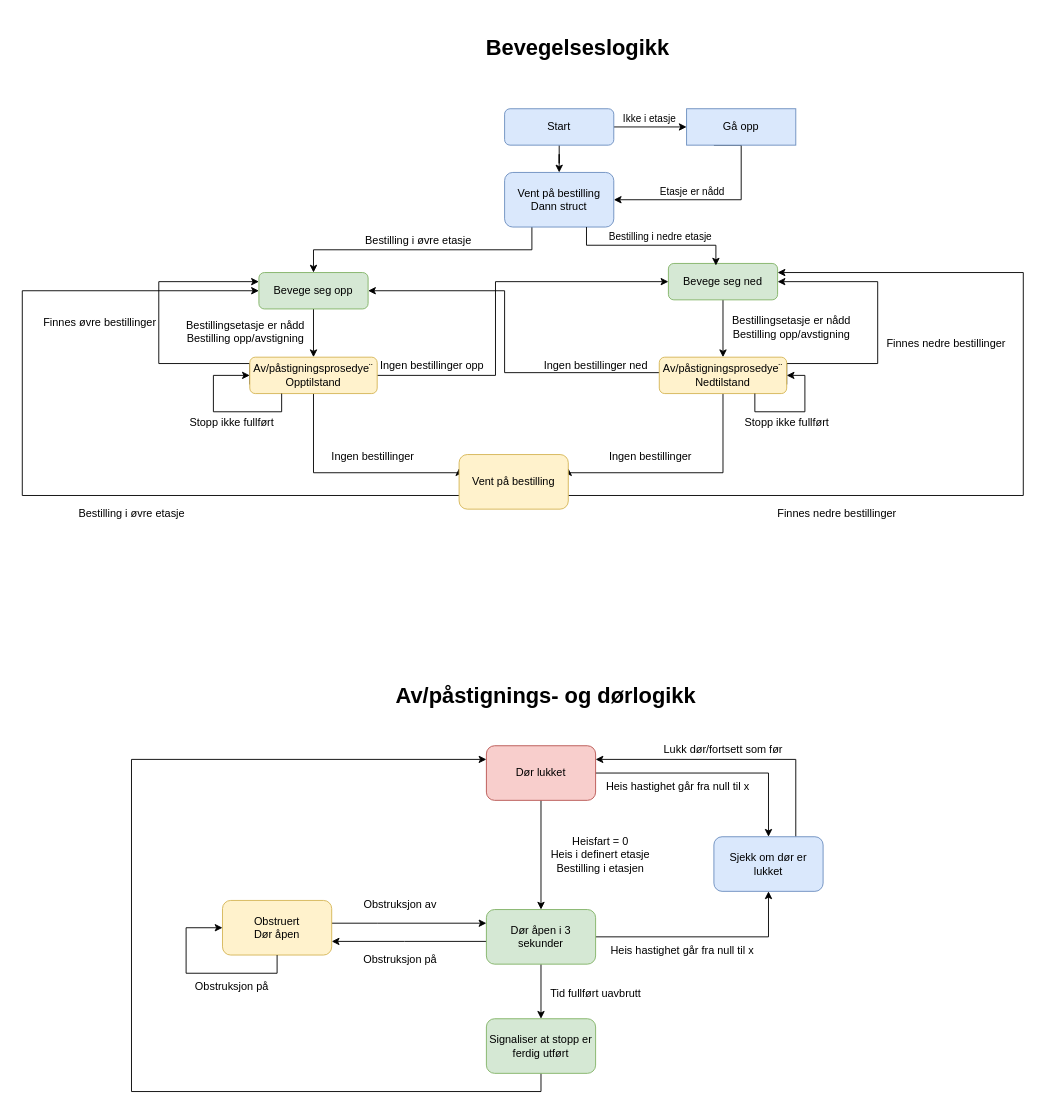
Earlier version of the draw.io diagram Test.drawio (MathiasSagerup/TilpDat). Source tidied: cells renumbered, new cells numbered last; positions are measured from the earlier drawing's top-left corner, leaving out a move shared by most shapes. Both pictures are drawn from the tidied source at 91%, with x=0, y=0 at pixel (22, 15).
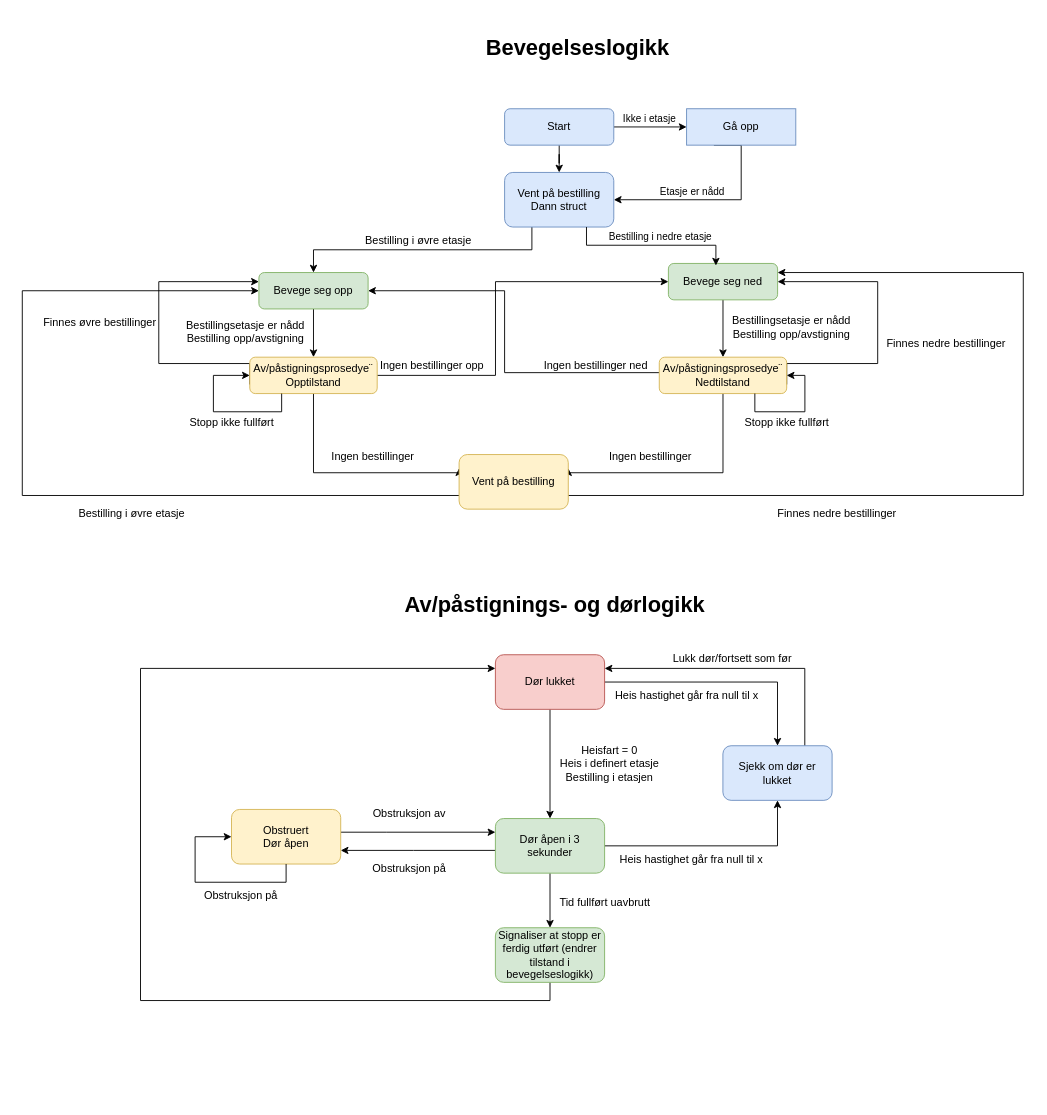
The same page after the edit.

Change to the diagram source:
```diff
@@
     <mxCell id="40" value="&lt;h1&gt;Av/påstignings- og dørlogikk&lt;/h1&gt;" style="text;html=1;align=center;verticalAlign=middle;strokeColor=none;fillColor=none;" parent="1" vertex="1">
-      <mxGeometry x="400" y="712" width="350" height="70" as="geometry" />
+      <mxGeometry x="409.9" y="612" width="350" height="70" as="geometry" />
     </mxCell>
@@
     <mxCell id="43" value="Dør lukket" style="rounded=1;whiteSpace=wrap;html=1;fillColor=#f8cecc;strokeColor=#b85450;" parent="1" vertex="1">
-      <mxGeometry x="510" y="802" width="120" height="60" as="geometry" />
+      <mxGeometry x="519.9" y="702" width="120" height="60" as="geometry" />
     </mxCell>
@@
     <mxCell id="45" style="edgeStyle=orthogonalEdgeStyle;rounded=0;jettySize=auto;html=1;entryX=1;entryY=0.75;entryDx=0;entryDy=0;" parent="1" edge="1" source="47" target="55">
       <mxGeometry relative="1" as="geometry">
         <Array as="points">
-          <mxPoint x="420" y="1017" />
-          <mxPoint x="420" y="1017" />
+          <mxPoint x="429.9" y="917" />
+          <mxPoint x="429.9" y="917" />
         </Array>
       </mxGeometry>
     </mxCell>
@@
     <mxCell id="47" value="Dør åpen i 3 sekunder" style="rounded=1;whiteSpace=wrap;html=1;fillColor=#d5e8d4;strokeColor=#82b366;" parent="1" vertex="1">
-      <mxGeometry x="510" y="982" width="120" height="60" as="geometry" />
+      <mxGeometry x="519.9" y="882" width="120" height="60" as="geometry" />
     </mxCell>
     <mxCell id="48" value="Heisfart = 0&lt;div&gt;Heis i definert etasje&lt;/div&gt;&lt;div&gt;Bestilling i etasjen&lt;/div&gt;" style="text;html=1;align=center;verticalAlign=middle;strokeColor=none;fillColor=none;" parent="1" vertex="1">
-      <mxGeometry x="570" y="892" width="130" height="60" as="geometry" />
+      <mxGeometry x="579.9" y="792" width="130" height="60" as="geometry" />
     </mxCell>
@@
     <mxCell id="50" value="Sjekk om dør er lukket" style="rounded=1;whiteSpace=wrap;html=1;fillColor=#dae8fc;strokeColor=#6c8ebf;" parent="1" vertex="1">
-      <mxGeometry x="760" y="902" width="120" height="60" as="geometry" />
+      <mxGeometry x="769.9" y="802" width="120" height="60" as="geometry" />
     </mxCell>
     <mxCell id="51" value="Heis hastighet går fra null til x" style="text;html=1;align=center;verticalAlign=middle;strokeColor=none;fillColor=none;" parent="1" vertex="1">
-      <mxGeometry x="635" y="1012" width="180" height="30" as="geometry" />
+      <mxGeometry x="644.9" y="912" width="180" height="30" as="geometry" />
     </mxCell>
     <mxCell id="52" value="Heis hastighet går fra null til x" style="text;html=1;align=center;verticalAlign=middle;strokeColor=none;fillColor=none;" parent="1" vertex="1">
-      <mxGeometry x="630" y="832" width="180" height="30" as="geometry" />
+      <mxGeometry x="639.9" y="732" width="180" height="30" as="geometry" />
     </mxCell>
     <mxCell id="53" value="Lukk dør/fortsett som før" style="text;html=1;align=center;verticalAlign=middle;strokeColor=none;fillColor=none;" parent="1" vertex="1">
-      <mxGeometry x="695" y="792" width="150" height="30" as="geometry" />
+      <mxGeometry x="704.9" y="692" width="150" height="30" as="geometry" />
     </mxCell>
     <mxCell id="54" style="edgeStyle=orthogonalEdgeStyle;rounded=0;jettySize=auto;html=1;entryX=0;entryY=0.25;entryDx=0;entryDy=0;" parent="1" edge="1" source="55" target="47">
       <mxGeometry relative="1" as="geometry">
         <Array as="points">
-          <mxPoint x="390" y="997" />
-          <mxPoint x="390" y="997" />
+          <mxPoint x="399.9" y="897" />
+          <mxPoint x="399.9" y="897" />
         </Array>
       </mxGeometry>
     </mxCell>
     <mxCell id="55" value="Obstruert&lt;div&gt;Dør åpen&lt;/div&gt;" style="rounded=1;whiteSpace=wrap;html=1;fillColor=#fff2cc;strokeColor=#d6b656;" parent="1" vertex="1">
-      <mxGeometry x="220" y="972" width="120" height="60" as="geometry" />
+      <mxGeometry x="229.9" y="872" width="120" height="60" as="geometry" />
     </mxCell>
     <mxCell id="56" style="edgeStyle=orthogonalEdgeStyle;rounded=0;orthogonalLoop=1;jettySize=auto;html=1;entryX=0;entryY=0.5;entryDx=0;entryDy=0;exitX=0.5;exitY=1;exitDx=0;exitDy=0;" parent="1" edge="1" source="55" target="55">
       <mxGeometry relative="1" as="geometry">
         <Array as="points">
-          <mxPoint x="280" y="1052" />
-          <mxPoint x="180" y="1052" />
-          <mxPoint x="180" y="1002" />
+          <mxPoint x="289.9" y="952" />
+          <mxPoint x="189.9" y="952" />
+          <mxPoint x="189.9" y="902" />
         </Array>
       </mxGeometry>
     </mxCell>
     <mxCell id="57" value="Obstruksjon på" style="text;html=1;align=center;verticalAlign=middle;strokeColor=none;fillColor=none;" parent="1" vertex="1">
-      <mxGeometry x="180" y="1052" width="100" height="30" as="geometry" />
+      <mxGeometry x="189.9" y="952" width="100" height="30" as="geometry" />
     </mxCell>
     <mxCell id="58" value="Obstruksjon på" style="text;html=1;align=center;verticalAlign=middle;strokeColor=none;fillColor=none;" parent="1" vertex="1">
-      <mxGeometry x="365" y="1022" width="100" height="30" as="geometry" />
+      <mxGeometry x="374.9" y="922" width="100" height="30" as="geometry" />
     </mxCell>
     <mxCell id="59" style="edgeStyle=orthogonalEdgeStyle;rounded=0;jettySize=auto;html=1;entryX=0;entryY=0.25;entryDx=0;entryDy=0;" parent="1" edge="1" source="60" target="43">
       <mxGeometry relative="1" as="geometry">
         <Array as="points">
-          <mxPoint x="120" y="1182" />
-          <mxPoint x="120" y="817" />
+          <mxPoint x="129.9" y="1082" />
+          <mxPoint x="129.9" y="717" />
         </Array>
       </mxGeometry>
     </mxCell>
-    <mxCell id="60" value="Signaliser at stopp er ferdig utført" style="rounded=1;whiteSpace=wrap;html=1;fillColor=#d5e8d4;strokeColor=#82b366;" parent="1" vertex="1">
-      <mxGeometry x="510" y="1102" width="120" height="60" as="geometry" />
+    <mxCell id="60" value="Signaliser at stopp er ferdig utført (endrer tilstand i bevegelseslogikk)" style="rounded=1;whiteSpace=wrap;html=1;fillColor=#d5e8d4;strokeColor=#82b366;" parent="1" vertex="1">
+      <mxGeometry x="519.9" y="1002" width="120" height="60" as="geometry" />
     </mxCell>
     <mxCell id="61" value="Obstruksjon av" style="text;html=1;align=center;verticalAlign=middle;strokeColor=none;fillColor=none;" parent="1" vertex="1">
-      <mxGeometry x="365" y="962" width="100" height="30" as="geometry" />
+      <mxGeometry x="374.9" y="862" width="100" height="30" as="geometry" />
     </mxCell>
     <mxCell id="62" value="Tid fullført uavbrutt" style="text;html=1;align=center;verticalAlign=middle;strokeColor=none;fillColor=none;" parent="1" vertex="1">
-      <mxGeometry x="570" y="1060" width="120" height="30" as="geometry" />
+      <mxGeometry x="579.9" y="960" width="120" height="30" as="geometry" />
     </mxCell>
```
